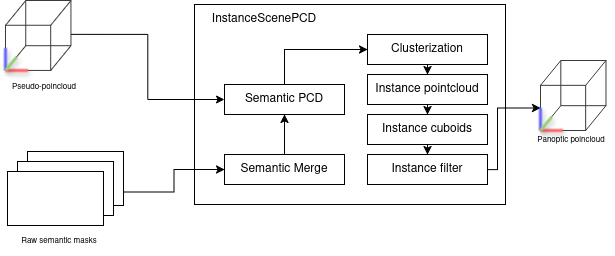
Earlier version of the draw.io export documents/images/methodology/instance_scene_flow_diagram.png (alanglk/BEV2Seg_2). Source tidied: cells renumbered, new cells last; positions are measured from the earlier drawing's top-left corner, leaving out a move shared by most shapes. Its diagram source:
```xml
<mxGraphModel>
  <root>
    <mxCell id="0" />
    <mxCell id="1" parent="0" />
    <mxCell id="2" style="group;" parent="1" vertex="1">
      <mxGeometry width="613" height="255" as="geometry" />
    </mxCell>
    <mxCell id="3" style="rounded=0;whiteSpace=wrap;html=1;" parent="2" vertex="1">
      <mxGeometry x="193" y="4" width="311" height="200" as="geometry" />
    </mxCell>
    <mxCell id="4" style="edgeStyle=orthogonalEdgeStyle;rounded=0;jettySize=auto;html=1;exitX=1;exitY=0.75;exitDx=0;exitDy=0;entryX=0;entryY=0.5;entryDx=0;entryDy=0;" parent="2" edge="1" source="31" target="17">
      <mxGeometry relative="1" as="geometry" />
    </mxCell>
    <mxCell id="5" value="InstanceScenePCD" style="text;html=1;align=center;verticalAlign=middle;whiteSpace=wrap;rounded=0;" parent="2" vertex="1">
      <mxGeometry x="193" y="4" width="140" height="30" as="geometry" />
    </mxCell>
    <mxCell id="6" style="edgeStyle=orthogonalEdgeStyle;rounded=0;jettySize=auto;html=1;exitX=0.5;exitY=0;exitDx=0;exitDy=0;entryX=0;entryY=0.5;entryDx=0;entryDy=0;" parent="2" edge="1" source="7" target="9">
      <mxGeometry relative="1" as="geometry" />
    </mxCell>
    <mxCell id="7" value="Semantic PCD" style="rounded=0;whiteSpace=wrap;html=1;" parent="2" vertex="1">
      <mxGeometry x="223" y="84" width="120" height="30" as="geometry" />
    </mxCell>
    <mxCell id="8" style="edgeStyle=orthogonalEdgeStyle;rounded=0;jettySize=auto;html=1;exitX=0.5;exitY=1;exitDx=0;exitDy=0;entryX=0.5;entryY=0;entryDx=0;entryDy=0;" parent="2" edge="1" source="9" target="11">
      <mxGeometry relative="1" as="geometry" />
    </mxCell>
    <mxCell id="9" value="Clusterization" style="rounded=0;whiteSpace=wrap;html=1;" parent="2" vertex="1">
      <mxGeometry x="366" y="34" width="120" height="30" as="geometry" />
    </mxCell>
    <mxCell id="10" style="edgeStyle=orthogonalEdgeStyle;rounded=0;jettySize=auto;html=1;exitX=0.5;exitY=1;exitDx=0;exitDy=0;entryX=0.5;entryY=0;entryDx=0;entryDy=0;" parent="2" edge="1" source="11" target="13">
      <mxGeometry relative="1" as="geometry" />
    </mxCell>
    <mxCell id="11" value="Instance pointcloud" style="rounded=0;whiteSpace=wrap;html=1;" parent="2" vertex="1">
      <mxGeometry x="366" y="74" width="120" height="30" as="geometry" />
    </mxCell>
    <mxCell id="12" style="edgeStyle=orthogonalEdgeStyle;rounded=0;jettySize=auto;html=1;exitX=0.5;exitY=1;exitDx=0;exitDy=0;entryX=0.5;entryY=0;entryDx=0;entryDy=0;" parent="2" edge="1" source="13" target="15">
      <mxGeometry relative="1" as="geometry" />
    </mxCell>
    <mxCell id="13" value="Instance cuboids" style="rounded=0;whiteSpace=wrap;html=1;" parent="2" vertex="1">
      <mxGeometry x="366" y="114" width="120" height="30" as="geometry" />
    </mxCell>
    <mxCell id="14" style="edgeStyle=orthogonalEdgeStyle;rounded=0;jettySize=auto;html=1;exitX=1;exitY=0.5;exitDx=0;exitDy=0;entryX=0;entryY=0.5;entryDx=0;entryDy=0;" parent="2" edge="1" source="15" target="36">
      <mxGeometry relative="1" as="geometry">
        <Array as="points">
          <mxPoint x="496" y="169" />
          <mxPoint x="496" y="107" />
        </Array>
      </mxGeometry>
    </mxCell>
    <mxCell id="15" value="Instance filter" style="rounded=0;whiteSpace=wrap;html=1;" parent="2" vertex="1">
      <mxGeometry x="366" y="154" width="120" height="30" as="geometry" />
    </mxCell>
    <mxCell id="16" style="edgeStyle=orthogonalEdgeStyle;rounded=0;jettySize=auto;html=1;exitX=0.5;exitY=0;exitDx=0;exitDy=0;entryX=0.5;entryY=1;entryDx=0;entryDy=0;" parent="2" edge="1" source="17" target="7">
      <mxGeometry relative="1" as="geometry" />
    </mxCell>
    <mxCell id="17" value="Semantic Merge" style="rounded=0;whiteSpace=wrap;html=1;" parent="2" vertex="1">
      <mxGeometry x="223" y="154" width="120" height="30" as="geometry" />
    </mxCell>
    <mxCell id="18" value="&lt;font style=&quot;font-size: 8px;&quot;&gt;Panoptic poincloud&lt;/font&gt;" style="text;html=1;align=center;verticalAlign=middle;whiteSpace=wrap;rounded=0;" parent="2" vertex="1">
      <mxGeometry x="527" y="124" width="86" height="30" as="geometry" />
    </mxCell>
    <mxCell id="19" value="&lt;font style=&quot;font-size: 8px;&quot;&gt;Pseudo-poincloud&lt;/font&gt;" style="text;html=1;align=center;verticalAlign=middle;whiteSpace=wrap;rounded=0;" parent="2" vertex="1">
      <mxGeometry y="71" width="86" height="30" as="geometry" />
    </mxCell>
    <mxCell id="20" style="group;" parent="2" vertex="1">
      <mxGeometry x="4" width="65.5" height="70" as="geometry" />
    </mxCell>
    <mxCell id="21" style="whiteSpace=wrap;html=1;fillColor=none;strokeColor=light-dark(#3B3B3B,#FFFFFF);" parent="20" vertex="1">
      <mxGeometry y="24.8" width="45.2" height="45.2" as="geometry" />
    </mxCell>
    <mxCell id="22" style="whiteSpace=wrap;html=1;fillColor=none;strokeColor=light-dark(#3B3B3B,#FFFFFF);" parent="20" vertex="1">
      <mxGeometry x="20.3" width="45.2" height="45.2" as="geometry" />
    </mxCell>
    <mxCell id="23" style="endArrow=none;html=1;rounded=0;entryX=1;entryY=1;entryDx=0;entryDy=0;exitX=1;exitY=1;exitDx=0;exitDy=0;strokeColor=light-dark(#3B3B3B,#FFFFFF);" parent="20" edge="1" source="21" target="22">
      <mxGeometry relative="1" as="geometry" />
    </mxCell>
    <mxCell id="24" style="endArrow=none;html=1;rounded=0;entryX=0;entryY=1;entryDx=0;entryDy=0;exitX=0;exitY=1;exitDx=0;exitDy=0;strokeColor=light-dark(#3B3B3B,#FFFFFF);" parent="20" edge="1" source="21" target="22">
      <mxGeometry relative="1" as="geometry" />
    </mxCell>
    <mxCell id="25" style="endArrow=none;html=1;rounded=0;entryX=0;entryY=0;entryDx=0;entryDy=0;exitX=0;exitY=0;exitDx=0;exitDy=0;strokeColor=light-dark(#3B3B3B,#FFFFFF);" parent="20" edge="1" source="21" target="22">
      <mxGeometry relative="1" as="geometry" />
    </mxCell>
    <mxCell id="26" style="endArrow=none;html=1;rounded=0;entryX=1;entryY=0;entryDx=0;entryDy=0;exitX=1;exitY=0;exitDx=0;exitDy=0;strokeColor=light-dark(#3B3B3B,#FFFFFF);" parent="20" edge="1" source="21" target="22">
      <mxGeometry relative="1" as="geometry" />
    </mxCell>
    <mxCell id="27" style="endArrow=none;html=1;rounded=0;fillColor=#6666FF;strokeColor=light-dark(#6666FF,#FFFFFF);shadow=1;strokeWidth=3;" parent="20" edge="1">
      <mxGeometry relative="1" as="geometry">
        <mxPoint y="70" as="sourcePoint" />
        <mxPoint y="47.4" as="targetPoint" />
      </mxGeometry>
    </mxCell>
    <mxCell id="28" style="endArrow=none;html=1;rounded=0;fillColor=#FF6666;strokeColor=light-dark(#FF6666,#FFFFFF);entryX=0;entryY=1;entryDx=0;entryDy=0;shadow=1;strokeWidth=3;" parent="20" edge="1" target="21">
      <mxGeometry relative="1" as="geometry">
        <mxPoint x="22.6" y="70" as="sourcePoint" />
      </mxGeometry>
    </mxCell>
    <mxCell id="29" style="endArrow=none;html=1;rounded=0;fillColor=#6666FF;strokeColor=light-dark(#97D077,#FFFFFF);exitX=0;exitY=1;exitDx=0;exitDy=0;shadow=1;strokeWidth=3;" parent="20" edge="1" source="21">
      <mxGeometry relative="1" as="geometry">
        <mxPoint x="11.3" y="56.5" as="targetPoint" />
      </mxGeometry>
    </mxCell>
    <mxCell id="30" style="edgeStyle=orthogonalEdgeStyle;rounded=0;jettySize=auto;html=1;exitX=1;exitY=0.75;exitDx=0;exitDy=0;entryX=0;entryY=0.5;entryDx=0;entryDy=0;" parent="2" edge="1" source="22" target="7">
      <mxGeometry relative="1" as="geometry" />
    </mxCell>
    <mxCell id="31" style="rounded=0;whiteSpace=wrap;html=1;" parent="2" vertex="1">
      <mxGeometry x="26" y="151" width="96" height="54" as="geometry" />
    </mxCell>
    <mxCell id="32" style="rounded=0;whiteSpace=wrap;html=1;" parent="2" vertex="1">
      <mxGeometry x="16" y="161" width="96" height="54" as="geometry" />
    </mxCell>
    <mxCell id="33" style="rounded=0;whiteSpace=wrap;html=1;" parent="2" vertex="1">
      <mxGeometry x="6" y="171" width="96" height="54" as="geometry" />
    </mxCell>
    <mxCell id="34" value="&lt;font style=&quot;font-size: 8px;&quot;&gt;Raw semantic masks&lt;/font&gt;" style="text;html=1;align=center;verticalAlign=middle;whiteSpace=wrap;rounded=0;" parent="2" vertex="1">
      <mxGeometry x="15" y="225" width="86" height="30" as="geometry" />
    </mxCell>
    <mxCell id="35" style="group;" parent="2" vertex="1">
      <mxGeometry x="539" y="60" width="65.5" height="70" as="geometry" />
    </mxCell>
    <mxCell id="36" style="whiteSpace=wrap;html=1;fillColor=none;strokeColor=light-dark(#3B3B3B,#FFFFFF);" parent="35" vertex="1">
      <mxGeometry y="24.8" width="45.2" height="45.2" as="geometry" />
    </mxCell>
    <mxCell id="37" style="whiteSpace=wrap;html=1;fillColor=none;strokeColor=light-dark(#3B3B3B,#FFFFFF);" parent="35" vertex="1">
      <mxGeometry x="20.3" width="45.2" height="45.2" as="geometry" />
    </mxCell>
    <mxCell id="38" style="endArrow=none;html=1;rounded=0;entryX=1;entryY=1;entryDx=0;entryDy=0;exitX=1;exitY=1;exitDx=0;exitDy=0;strokeColor=light-dark(#3B3B3B,#FFFFFF);" parent="35" edge="1" source="36" target="37">
      <mxGeometry relative="1" as="geometry" />
    </mxCell>
    <mxCell id="39" style="endArrow=none;html=1;rounded=0;entryX=0;entryY=1;entryDx=0;entryDy=0;exitX=0;exitY=1;exitDx=0;exitDy=0;strokeColor=light-dark(#3B3B3B,#FFFFFF);" parent="35" edge="1" source="36" target="37">
      <mxGeometry relative="1" as="geometry" />
    </mxCell>
    <mxCell id="40" style="endArrow=none;html=1;rounded=0;entryX=0;entryY=0;entryDx=0;entryDy=0;exitX=0;exitY=0;exitDx=0;exitDy=0;strokeColor=light-dark(#3B3B3B,#FFFFFF);" parent="35" edge="1" source="36" target="37">
      <mxGeometry relative="1" as="geometry" />
    </mxCell>
    <mxCell id="41" style="endArrow=none;html=1;rounded=0;entryX=1;entryY=0;entryDx=0;entryDy=0;exitX=1;exitY=0;exitDx=0;exitDy=0;strokeColor=light-dark(#3B3B3B,#FFFFFF);" parent="35" edge="1" source="36" target="37">
      <mxGeometry relative="1" as="geometry" />
    </mxCell>
    <mxCell id="42" style="endArrow=none;html=1;rounded=0;fillColor=#6666FF;strokeColor=light-dark(#6666FF,#FFFFFF);shadow=1;strokeWidth=3;" parent="35" edge="1">
      <mxGeometry relative="1" as="geometry">
        <mxPoint y="70" as="sourcePoint" />
        <mxPoint y="47.4" as="targetPoint" />
      </mxGeometry>
    </mxCell>
    <mxCell id="43" style="endArrow=none;html=1;rounded=0;fillColor=#FF6666;strokeColor=light-dark(#FF6666,#FFFFFF);entryX=0;entryY=1;entryDx=0;entryDy=0;shadow=1;strokeWidth=3;" parent="35" edge="1" target="36">
      <mxGeometry relative="1" as="geometry">
        <mxPoint x="22.6" y="70" as="sourcePoint" />
      </mxGeometry>
    </mxCell>
    <mxCell id="44" style="endArrow=none;html=1;rounded=0;fillColor=#6666FF;strokeColor=light-dark(#97D077,#FFFFFF);exitX=0;exitY=1;exitDx=0;exitDy=0;shadow=1;strokeWidth=3;" parent="35" edge="1" source="36">
      <mxGeometry relative="1" as="geometry">
        <mxPoint x="11.3" y="56.5" as="targetPoint" />
      </mxGeometry>
    </mxCell>
  </root>
</mxGraphModel>
```
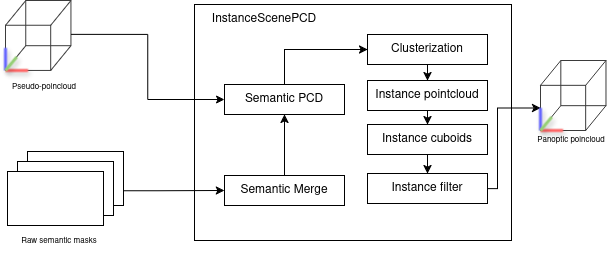
The same diagram one commit later.

What changed in the source:
```diff
@@ -1,4 +1,4 @@
-<mxGraphModel>
+<mxGraphModel background="#ffffff">
   <root>
     <mxCell id="0" />
     <mxCell id="1" parent="0" />
@@ -6,10 +6,14 @@
       <mxGeometry width="613" height="255" as="geometry" />
     </mxCell>
     <mxCell id="3" style="rounded=0;whiteSpace=wrap;html=1;" parent="2" vertex="1">
-      <mxGeometry x="193" y="4" width="311" height="200" as="geometry" />
+      <mxGeometry x="193" y="4" width="317" height="236" as="geometry" />
     </mxCell>
-    <mxCell id="4" style="edgeStyle=orthogonalEdgeStyle;rounded=0;jettySize=auto;html=1;exitX=1;exitY=0.75;exitDx=0;exitDy=0;entryX=0;entryY=0.5;entryDx=0;entryDy=0;" parent="2" edge="1" source="31" target="17">
-      <mxGeometry relative="1" as="geometry" />
+    <mxCell id="4" style="edgeStyle=orthogonalEdgeStyle;rounded=0;jettySize=auto;html=1;entryX=0;entryY=0.5;entryDx=0;entryDy=0;exitX=0.999;exitY=0.728;exitDx=0;exitDy=0;exitPerimeter=0;" parent="2" edge="1" source="31" target="17">
+      <mxGeometry relative="1" as="geometry">
+        <Array as="points">
+          <mxPoint x="156" y="190" />
+        </Array>
+      </mxGeometry>
     </mxCell>
     <mxCell id="5" value="InstanceScenePCD" style="text;html=1;align=center;verticalAlign=middle;whiteSpace=wrap;rounded=0;" parent="2" vertex="1">
       <mxGeometry x="193" y="4" width="140" height="30" as="geometry" />
@@ -30,30 +34,30 @@
       <mxGeometry relative="1" as="geometry" />
     </mxCell>
     <mxCell id="11" value="Instance pointcloud" style="rounded=0;whiteSpace=wrap;html=1;" parent="2" vertex="1">
-      <mxGeometry x="366" y="74" width="120" height="30" as="geometry" />
+      <mxGeometry x="366" y="80" width="120" height="30" as="geometry" />
     </mxCell>
     <mxCell id="12" style="edgeStyle=orthogonalEdgeStyle;rounded=0;jettySize=auto;html=1;exitX=0.5;exitY=1;exitDx=0;exitDy=0;entryX=0.5;entryY=0;entryDx=0;entryDy=0;" parent="2" edge="1" source="13" target="15">
       <mxGeometry relative="1" as="geometry" />
     </mxCell>
     <mxCell id="13" value="Instance cuboids" style="rounded=0;whiteSpace=wrap;html=1;" parent="2" vertex="1">
-      <mxGeometry x="366" y="114" width="120" height="30" as="geometry" />
+      <mxGeometry x="366" y="124" width="120" height="30" as="geometry" />
     </mxCell>
     <mxCell id="14" style="edgeStyle=orthogonalEdgeStyle;rounded=0;jettySize=auto;html=1;exitX=1;exitY=0.5;exitDx=0;exitDy=0;entryX=0;entryY=0.5;entryDx=0;entryDy=0;" parent="2" edge="1" source="15" target="36">
       <mxGeometry relative="1" as="geometry">
         <Array as="points">
-          <mxPoint x="496" y="169" />
+          <mxPoint x="496" y="188" />
           <mxPoint x="496" y="107" />
         </Array>
       </mxGeometry>
     </mxCell>
     <mxCell id="15" value="Instance filter" style="rounded=0;whiteSpace=wrap;html=1;" parent="2" vertex="1">
-      <mxGeometry x="366" y="154" width="120" height="30" as="geometry" />
+      <mxGeometry x="366" y="173" width="120" height="30" as="geometry" />
     </mxCell>
     <mxCell id="16" style="edgeStyle=orthogonalEdgeStyle;rounded=0;jettySize=auto;html=1;exitX=0.5;exitY=0;exitDx=0;exitDy=0;entryX=0.5;entryY=1;entryDx=0;entryDy=0;" parent="2" edge="1" source="17" target="7">
       <mxGeometry relative="1" as="geometry" />
     </mxCell>
     <mxCell id="17" value="Semantic Merge" style="rounded=0;whiteSpace=wrap;html=1;" parent="2" vertex="1">
-      <mxGeometry x="223" y="154" width="120" height="30" as="geometry" />
+      <mxGeometry x="223" y="175" width="120" height="30" as="geometry" />
     </mxCell>
     <mxCell id="18" value="&lt;font style=&quot;font-size: 8px;&quot;&gt;Panoptic poincloud&lt;/font&gt;" style="text;html=1;align=center;verticalAlign=middle;whiteSpace=wrap;rounded=0;" parent="2" vertex="1">
       <mxGeometry x="527" y="124" width="86" height="30" as="geometry" />
```
